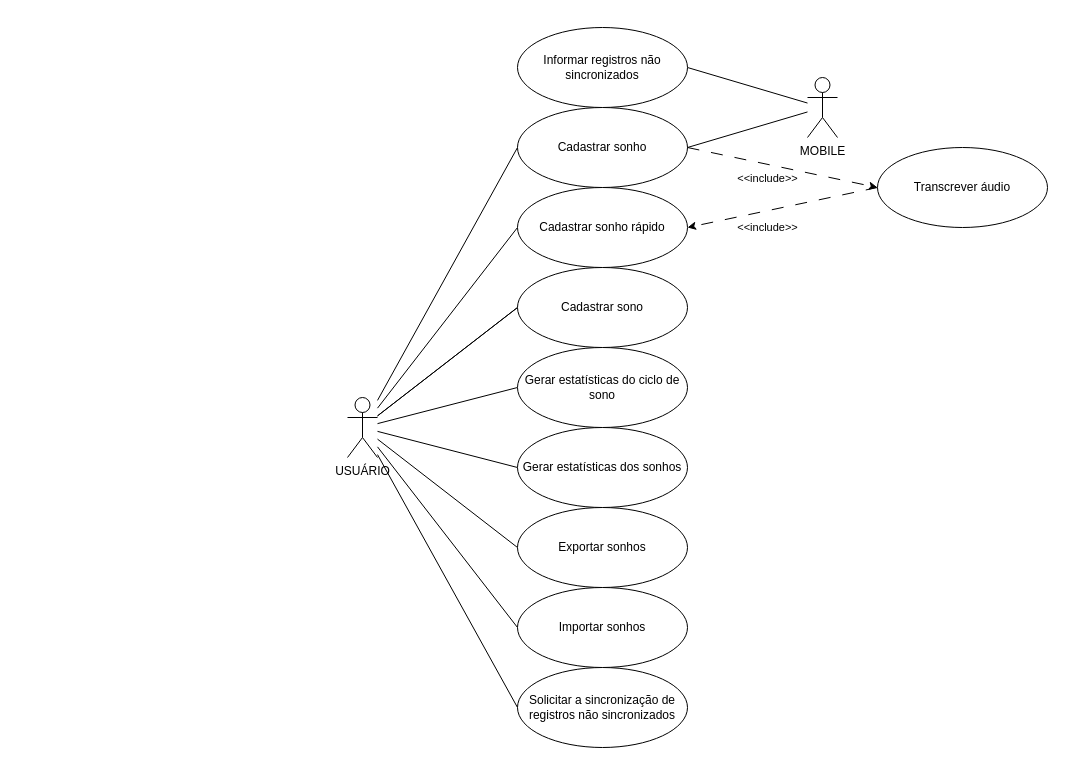
Earlier version of the draw.io diagram docs/diagrama_casos_de_uso.drawio (raisson-souza/morfeus-backend). Source tidied: cells renumbered, new cells numbered last; positions are measured from the earlier drawing's top-left corner, leaving out a move shared by most shapes. Both pictures are drawn from the tidied source at 100%, with x=0, y=0 at pixel (347, 27).
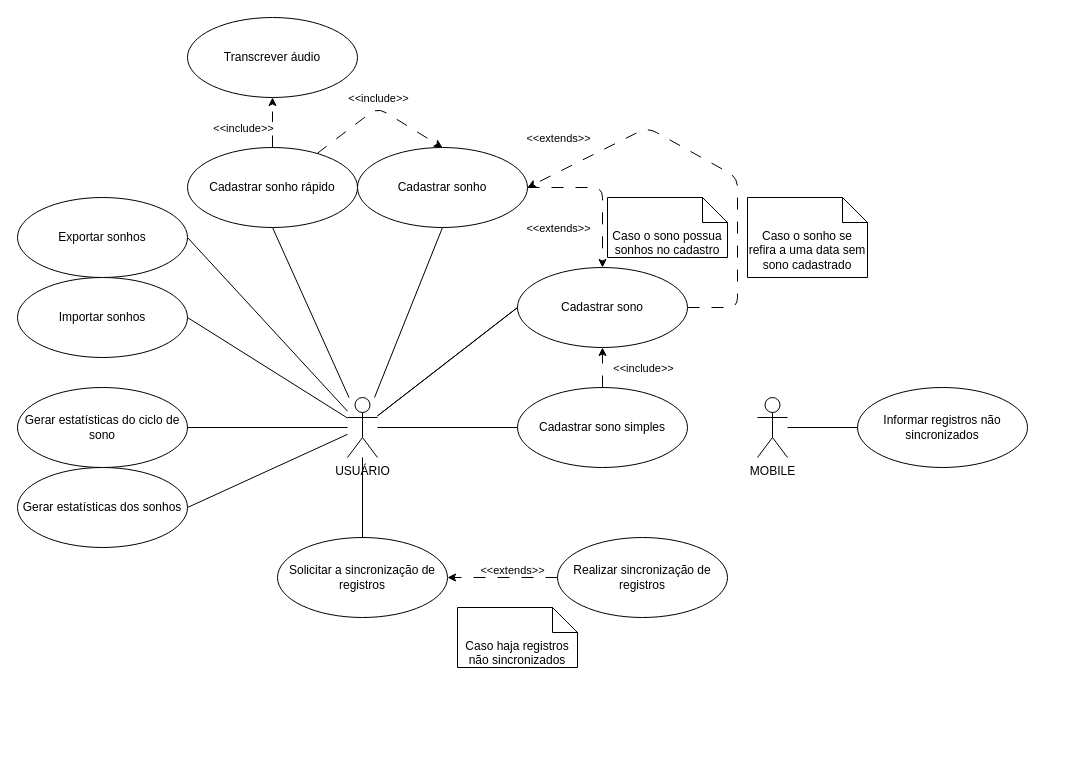
After the change.

Commit message (it also covers changes not shown here):
Diag. de caso de uso refeito.

Unchanged cells that the change refers to:
```xml
<mxCell id="10" value="USUÁRIO" style="shape=umlActor;verticalLabelPosition=bottom;verticalAlign=top;html=1;" parent="1" vertex="1">
  <mxGeometry y="370" width="30" height="60" as="geometry" />
</mxCell>
<mxCell id="28" value="Cadastrar sono" style="ellipse;whiteSpace=wrap;html=1;" parent="1" vertex="1">
  <mxGeometry x="170" y="240" width="170" height="80" as="geometry" />
</mxCell>
```

What changed in the source:
```diff
@@
-    <mxCell id="3" style="edgeStyle=none;html=1;entryX=0;entryY=0.5;entryDx=0;entryDy=0;endArrow=none;endFill=0;" parent="1" edge="1" source="10" target="16">
+    <mxCell id="3" style="edgeStyle=none;html=1;entryX=0.5;entryY=1;entryDx=0;entryDy=0;endArrow=none;endFill=0;" parent="1" edge="1" source="10" target="16">
       <mxGeometry relative="1" as="geometry" />
     </mxCell>
@@
-    <mxCell id="5" style="edgeStyle=none;html=1;endArrow=none;endFill=0;entryX=0;entryY=0.5;entryDx=0;entryDy=0;" parent="1" edge="1" source="10" target="17">
+    <mxCell id="5" style="edgeStyle=none;html=1;endArrow=none;endFill=0;entryX=1;entryY=0.5;entryDx=0;entryDy=0;" parent="1" edge="1" source="10" target="17">
       <mxGeometry relative="1" as="geometry" />
     </mxCell>
-    <mxCell id="6" style="edgeStyle=none;html=1;entryX=0;entryY=0.5;entryDx=0;entryDy=0;endArrow=none;endFill=0;" parent="1" edge="1" source="10" target="19">
+    <mxCell id="6" style="edgeStyle=none;html=1;entryX=1;entryY=0.5;entryDx=0;entryDy=0;endArrow=none;endFill=0;" parent="1" edge="1" source="10" target="19">
       <mxGeometry relative="1" as="geometry" />
     </mxCell>
-    <mxCell id="7" style="edgeStyle=none;html=1;entryX=0;entryY=0.5;entryDx=0;entryDy=0;endArrow=none;endFill=0;" parent="1" edge="1" source="10" target="20">
+    <mxCell id="7" style="edgeStyle=none;html=1;entryX=0.5;entryY=0;entryDx=0;entryDy=0;endArrow=none;endFill=0;" parent="1" edge="1" source="10" target="20">
       <mxGeometry relative="1" as="geometry" />
     </mxCell>
-    <mxCell id="8" style="edgeStyle=none;html=1;entryX=0;entryY=0.5;entryDx=0;entryDy=0;endArrow=none;endFill=0;" parent="1" edge="1" source="10" target="26">
+    <mxCell id="8" style="edgeStyle=none;html=1;entryX=1;entryY=0.5;entryDx=0;entryDy=0;endArrow=none;endFill=0;" parent="1" edge="1" source="10" target="26">
       <mxGeometry relative="1" as="geometry" />
     </mxCell>
-    <mxCell id="9" style="edgeStyle=none;html=1;entryX=0;entryY=0.5;entryDx=0;entryDy=0;endArrow=none;endFill=0;" parent="1" edge="1" source="10" target="14">
+    <mxCell id="9" style="edgeStyle=none;html=1;entryX=0.5;entryY=1;entryDx=0;entryDy=0;endArrow=none;endFill=0;" parent="1" edge="1" source="10" target="14">
       <mxGeometry relative="1" as="geometry" />
     </mxCell>
+    <mxCell id="29" style="edgeStyle=none;html=1;entryX=0;entryY=0.5;entryDx=0;entryDy=0;endArrow=none;endFill=0;" parent="1" edge="1" source="10" target="35">
+      <mxGeometry relative="1" as="geometry" />
+    </mxCell>
@@
-    <mxCell id="11" style="edgeStyle=none;html=1;entryX=1;entryY=0.5;entryDx=0;entryDy=0;endArrow=none;endFill=0;" parent="1" edge="1" source="13" target="18">
+    <mxCell id="11" style="edgeStyle=none;html=1;entryX=0;entryY=0.5;entryDx=0;entryDy=0;endArrow=none;endFill=0;" parent="1" edge="1" source="13" target="18">
       <mxGeometry relative="1" as="geometry" />
     </mxCell>
-    <mxCell id="12" style="edgeStyle=none;html=1;entryX=1;entryY=0.5;entryDx=0;entryDy=0;endArrow=none;endFill=0;" parent="1" edge="1" source="13" target="16">
-      <mxGeometry relative="1" as="geometry" />
-    </mxCell>
     <mxCell id="13" value="MOBILE" style="shape=umlActor;verticalLabelPosition=bottom;verticalAlign=top;html=1;" parent="1" vertex="1">
-      <mxGeometry x="460" y="50" width="30" height="60" as="geometry" />
+      <mxGeometry x="410" y="370" width="30" height="60" as="geometry" />
     </mxCell>
+    <mxCell id="30" style="edgeStyle=none;html=1;entryX=0.5;entryY=1;entryDx=0;entryDy=0;endArrow=classic;endFill=1;dashed=1;dashPattern=12 12;" parent="1" edge="1" source="14" target="25">
+      <mxGeometry relative="1" as="geometry" />
+    </mxCell>
+    <mxCell id="31" style="edgeStyle=none;html=1;entryX=0.5;entryY=0;entryDx=0;entryDy=0;dashed=1;dashPattern=12 12;endArrow=classic;endFill=1;" parent="1" edge="1" source="14" target="16">
+      <mxGeometry relative="1" as="geometry">
+        <Array as="points">
+          <mxPoint x="30" y="80" />
+        </Array>
+      </mxGeometry>
+    </mxCell>
     <mxCell id="14" value="Cadastrar sonho rápido" style="ellipse;whiteSpace=wrap;html=1;" parent="1" vertex="1">
-      <mxGeometry x="170" y="160" width="170" height="80" as="geometry" />
+      <mxGeometry x="-160" y="120" width="170" height="80" as="geometry" />
     </mxCell>
     <mxCell id="15" value="Gerar estatísticas do ciclo de sono" style="ellipse;whiteSpace=wrap;html=1;" parent="1" vertex="1">
-      <mxGeometry x="170" y="320" width="170" height="80" as="geometry" />
+      <mxGeometry x="-330" y="360" width="170" height="80" as="geometry" />
     </mxCell>
+    <mxCell id="32" style="edgeStyle=none;html=1;entryX=0.5;entryY=0;entryDx=0;entryDy=0;dashed=1;dashPattern=12 12;endArrow=classic;endFill=1;" parent="1" edge="1" source="16" target="28">
+      <mxGeometry relative="1" as="geometry">
+        <Array as="points">
+          <mxPoint x="255" y="160" />
+        </Array>
+      </mxGeometry>
+    </mxCell>
     <mxCell id="16" value="Cadastrar sonho" style="ellipse;whiteSpace=wrap;html=1;" parent="1" vertex="1">
-      <mxGeometry x="170" y="80" width="170" height="80" as="geometry" />
+      <mxGeometry x="10" y="120" width="170" height="80" as="geometry" />
     </mxCell>
     <mxCell id="17" value="Gerar estatísticas dos sonhos" style="ellipse;whiteSpace=wrap;html=1;" parent="1" vertex="1">
-      <mxGeometry x="170" y="400" width="170" height="80" as="geometry" />
+      <mxGeometry x="-330" y="440" width="170" height="80" as="geometry" />
     </mxCell>
     <mxCell id="18" value="Informar registros não sincronizados" style="ellipse;whiteSpace=wrap;html=1;" parent="1" vertex="1">
-      <mxGeometry x="170" width="170" height="80" as="geometry" />
+      <mxGeometry x="510" y="360" width="170" height="80" as="geometry" />
     </mxCell>
     <mxCell id="19" value="Exportar sonhos" style="ellipse;whiteSpace=wrap;html=1;" parent="1" vertex="1">
-      <mxGeometry x="170" y="480" width="170" height="80" as="geometry" />
+      <mxGeometry x="-330" y="170" width="170" height="80" as="geometry" />
     </mxCell>
-    <mxCell id="20" value="Solicitar a sincronização de registros não sincronizados" style="ellipse;whiteSpace=wrap;html=1;" parent="1" vertex="1">
-      <mxGeometry x="170" y="640" width="170" height="80" as="geometry" />
+    <mxCell id="20" value="Solicitar a sincronização de registros" style="ellipse;whiteSpace=wrap;html=1;" parent="1" vertex="1">
+      <mxGeometry x="-70" y="510" width="170" height="80" as="geometry" />
     </mxCell>
-    <mxCell id="21" style="edgeStyle=none;html=1;endArrow=classic;endFill=1;entryX=1;entryY=0.5;entryDx=0;entryDy=0;dashed=1;dashPattern=12 12;exitX=0;exitY=0.5;exitDx=0;exitDy=0;" parent="1" edge="1" source="25" target="14">
-      <mxGeometry relative="1" as="geometry" />
-    </mxCell>
-    <mxCell id="22" value="&amp;lt;&amp;lt;include&amp;gt;&amp;gt;" style="edgeLabel;html=1;align=center;verticalAlign=middle;" parent="21" vertex="1">
-      <mxGeometry x="-0.49" y="-3" relative="1" as="geometry">
-        <mxPoint x="-61" y="-17" as="offset" />
-      </mxGeometry>
-    </mxCell>
-    <mxCell id="23" style="edgeStyle=none;html=1;dashed=1;dashPattern=12 12;endArrow=classic;endFill=1;exitX=1;exitY=0.5;exitDx=0;exitDy=0;entryX=0;entryY=0.5;entryDx=0;entryDy=0;" parent="1" edge="1" source="16" target="25">
-      <mxGeometry relative="1" as="geometry" />
-    </mxCell>
-    <mxCell id="24" value="&amp;lt;&amp;lt;include&amp;gt;&amp;gt;" style="edgeLabel;html=1;align=center;verticalAlign=middle;" parent="23" vertex="1">
-      <mxGeometry x="-0.27" y="2" relative="1" as="geometry">
-        <mxPoint x="10" y="67" as="offset" />
-      </mxGeometry>
-    </mxCell>
     <mxCell id="25" value="Transcrever áudio" style="ellipse;whiteSpace=wrap;html=1;" parent="1" vertex="1">
-      <mxGeometry x="530" y="120" width="170" height="80" as="geometry" />
+      <mxGeometry x="-160" y="-10" width="170" height="80" as="geometry" />
     </mxCell>
     <mxCell id="26" value="Importar sonhos" style="ellipse;whiteSpace=wrap;html=1;" parent="1" vertex="1">
-      <mxGeometry x="170" y="560" width="170" height="80" as="geometry" />
+      <mxGeometry x="-330" y="250" width="170" height="80" as="geometry" />
     </mxCell>
@@
+    <mxCell id="33" style="edgeStyle=none;html=1;entryX=1;entryY=0.5;entryDx=0;entryDy=0;dashed=1;dashPattern=12 12;endArrow=classic;endFill=1;" parent="1" edge="1" source="28" target="16">
+      <mxGeometry relative="1" as="geometry">
+        <Array as="points">
+          <mxPoint x="390" y="280" />
+          <mxPoint x="390" y="150" />
+          <mxPoint x="300" y="100" />
+        </Array>
+      </mxGeometry>
+    </mxCell>
@@
+    <mxCell id="34" style="edgeStyle=none;html=1;entryX=0.5;entryY=1;entryDx=0;entryDy=0;exitX=0.5;exitY=0;exitDx=0;exitDy=0;dashed=1;dashPattern=12 12;" parent="1" edge="1" source="35" target="28">
+      <mxGeometry relative="1" as="geometry" />
+    </mxCell>
+    <mxCell id="35" value="Cadastrar sono simples" style="ellipse;whiteSpace=wrap;html=1;" parent="1" vertex="1">
+      <mxGeometry x="170" y="360" width="170" height="80" as="geometry" />
+    </mxCell>
+    <mxCell id="36" value="&amp;lt;&amp;lt;include&amp;gt;&amp;gt;" style="edgeLabel;html=1;align=center;verticalAlign=middle;" parent="1" vertex="1">
+      <mxGeometry x="295" y="340" as="geometry" />
+    </mxCell>
+    <mxCell id="37" value="&amp;lt;&amp;lt;extends&amp;gt;&amp;gt;" style="edgeLabel;html=1;align=center;verticalAlign=middle;" parent="1" vertex="1">
+      <mxGeometry x="210" y="200" as="geometry" />
+    </mxCell>
+    <mxCell id="38" value="&amp;lt;&amp;lt;include&amp;gt;&amp;gt;" style="edgeLabel;html=1;align=center;verticalAlign=middle;" parent="1" vertex="1">
+      <mxGeometry x="-105" y="100" as="geometry" />
+    </mxCell>
+    <mxCell id="39" style="edgeStyle=none;html=1;entryX=1;entryY=0.5;entryDx=0;entryDy=0;endArrow=classic;endFill=1;dashed=1;dashPattern=12 12;" parent="1" edge="1" source="40" target="20">
+      <mxGeometry relative="1" as="geometry" />
+    </mxCell>
+    <mxCell id="40" value="Realizar sincronização de registros" style="ellipse;whiteSpace=wrap;html=1;" parent="1" vertex="1">
+      <mxGeometry x="210" y="510" width="170" height="80" as="geometry" />
+    </mxCell>
+    <mxCell id="41" value="&amp;lt;&amp;lt;extends&amp;gt;&amp;gt;" style="edgeLabel;html=1;align=center;verticalAlign=middle;" parent="1" vertex="1">
+      <mxGeometry x="170" y="550" as="geometry">
+        <mxPoint x="-6" y="-8" as="offset" />
+      </mxGeometry>
+    </mxCell>
+    <mxCell id="42" value="Caso haja registros não sincronizados" style="shape=note2;boundedLbl=1;whiteSpace=wrap;html=1;size=25;verticalAlign=top;align=center;" parent="1" vertex="1">
+      <mxGeometry x="110" y="580" width="120" height="60" as="geometry" />
+    </mxCell>
+    <mxCell id="43" value="&amp;lt;&amp;lt;extends&amp;gt;&amp;gt;" style="edgeLabel;html=1;align=center;verticalAlign=middle;" parent="1" vertex="1">
+      <mxGeometry x="210" y="110" as="geometry" />
+    </mxCell>
+    <mxCell id="44" value="Caso o sono possua sonhos no cadastro" style="shape=note2;boundedLbl=1;whiteSpace=wrap;html=1;size=25;verticalAlign=top;align=center;" parent="1" vertex="1">
+      <mxGeometry x="260" y="170" width="120" height="60" as="geometry" />
+    </mxCell>
+    <mxCell id="45" value="&amp;lt;&amp;lt;include&amp;gt;&amp;gt;" style="edgeLabel;html=1;align=center;verticalAlign=middle;" parent="1" vertex="1">
+      <mxGeometry x="30" y="70" as="geometry" />
+    </mxCell>
+    <mxCell id="46" value="Caso o sonho se refira a uma data sem sono cadastrado" style="shape=note2;boundedLbl=1;whiteSpace=wrap;html=1;size=25;verticalAlign=top;align=center;" parent="1" vertex="1">
+      <mxGeometry x="400" y="170" width="120" height="80" as="geometry" />
+    </mxCell>
```
